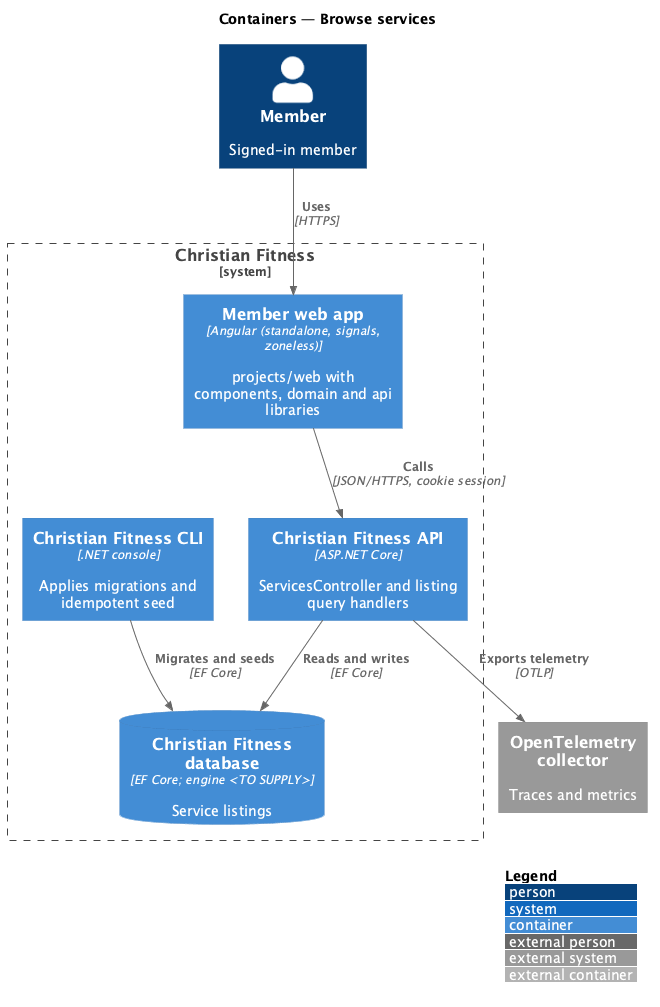
Above: docs/detailed-designs/services/browse-services/diagrams/c4-container.png in QuinntyneBrown/christian-fitness (PlantUML), before the change. The source it was exported from:
```plantuml
@startuml
!include <C4/C4_Container>
LAYOUT_WITH_LEGEND()
title Containers — Browse services

Person(member, "Member", "Signed-in member")
System_Boundary(cf, "Christian Fitness") {
  Container(web, "Member web app", "Angular (standalone, signals, zoneless)", "projects/web with components, domain and api libraries")
  Container(api, "Christian Fitness API", "ASP.NET Core", "ServicesController and listing query handlers")
  ContainerDb(db, "Christian Fitness database", "EF Core; engine <TO SUPPLY>", "Service listings")
  Container(cli, "Christian Fitness CLI", ".NET console", "Applies migrations and idempotent seed")
}
System_Ext(otel, "OpenTelemetry collector", "Traces and metrics")
Rel(member, web, "Uses", "HTTPS")
Rel(web, api, "Calls", "JSON/HTTPS, cookie session")
Rel(api, db, "Reads and writes", "EF Core")
Rel(cli, db, "Migrates and seeds", "EF Core")
Rel(api, otel, "Exports telemetry", "OTLP")
@enduml
```
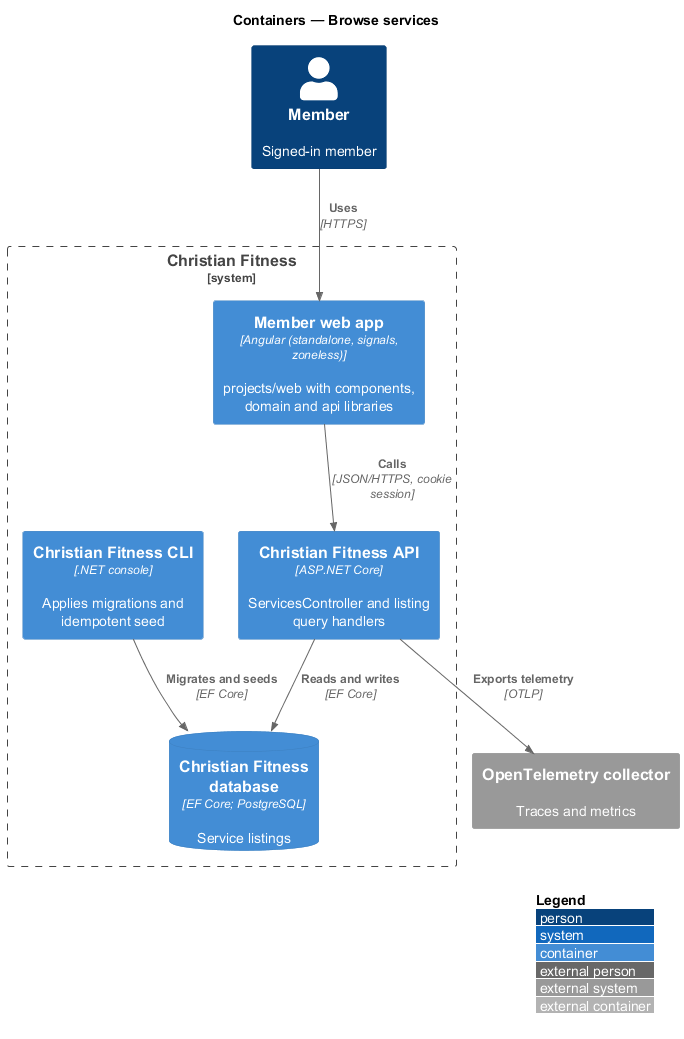
Later version of the same file.

Diff of the diagram source:
```diff
@@ -7,7 +7,7 @@
 System_Boundary(cf, "Christian Fitness") {
   Container(web, "Member web app", "Angular (standalone, signals, zoneless)", "projects/web with components, domain and api libraries")
   Container(api, "Christian Fitness API", "ASP.NET Core", "ServicesController and listing query handlers")
-  ContainerDb(db, "Christian Fitness database", "EF Core; engine <TO SUPPLY>", "Service listings")
+  ContainerDb(db, "Christian Fitness database", "EF Core; PostgreSQL", "Service listings")
   Container(cli, "Christian Fitness CLI", ".NET console", "Applies migrations and idempotent seed")
 }
 System_Ext(otel, "OpenTelemetry collector", "Traces and metrics")
```
